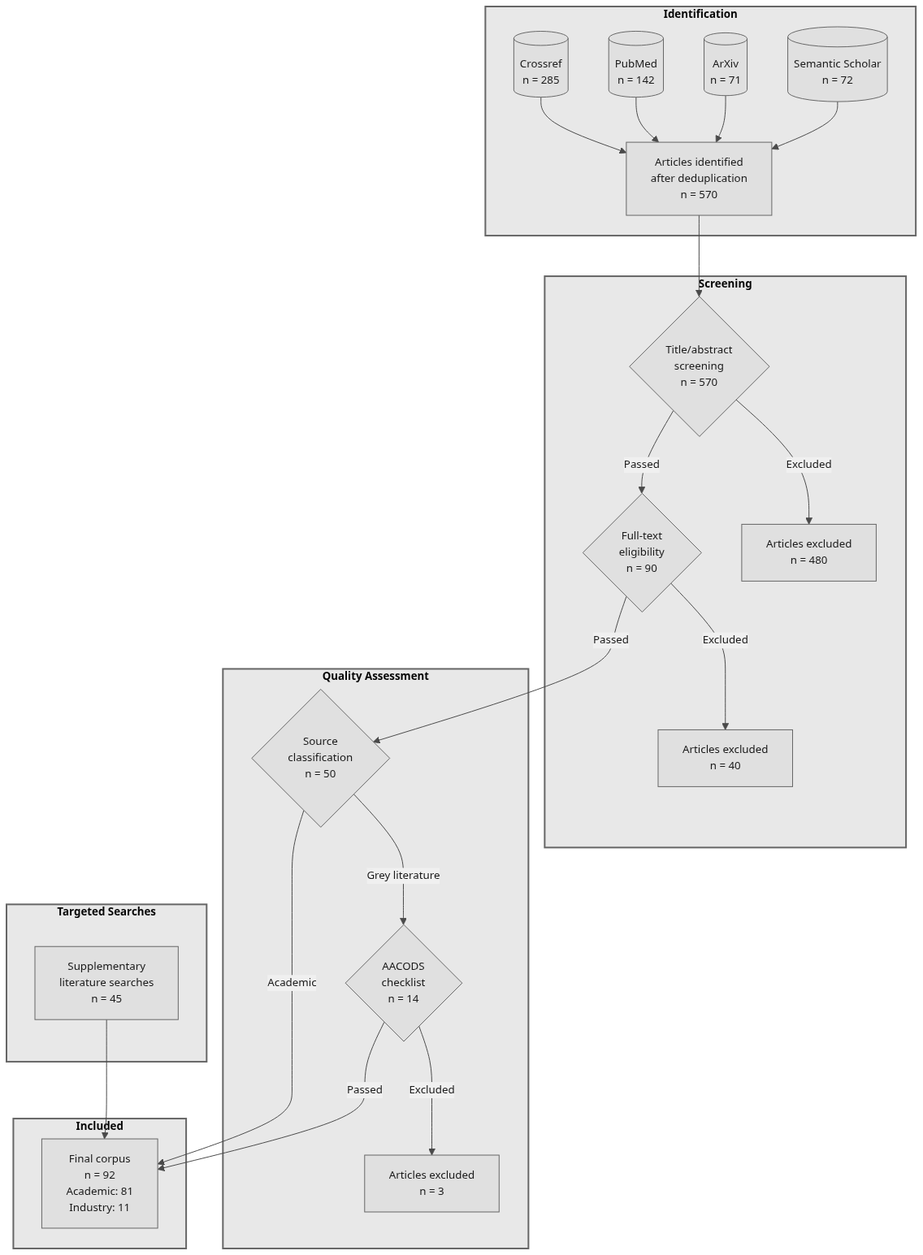
Above: figures/literature-flow.mmd.png in stharrold/yuimedi-paper-20250901 (Mermaid), before the change. Its source is kept beside it as figures/literature-flow.mmd.
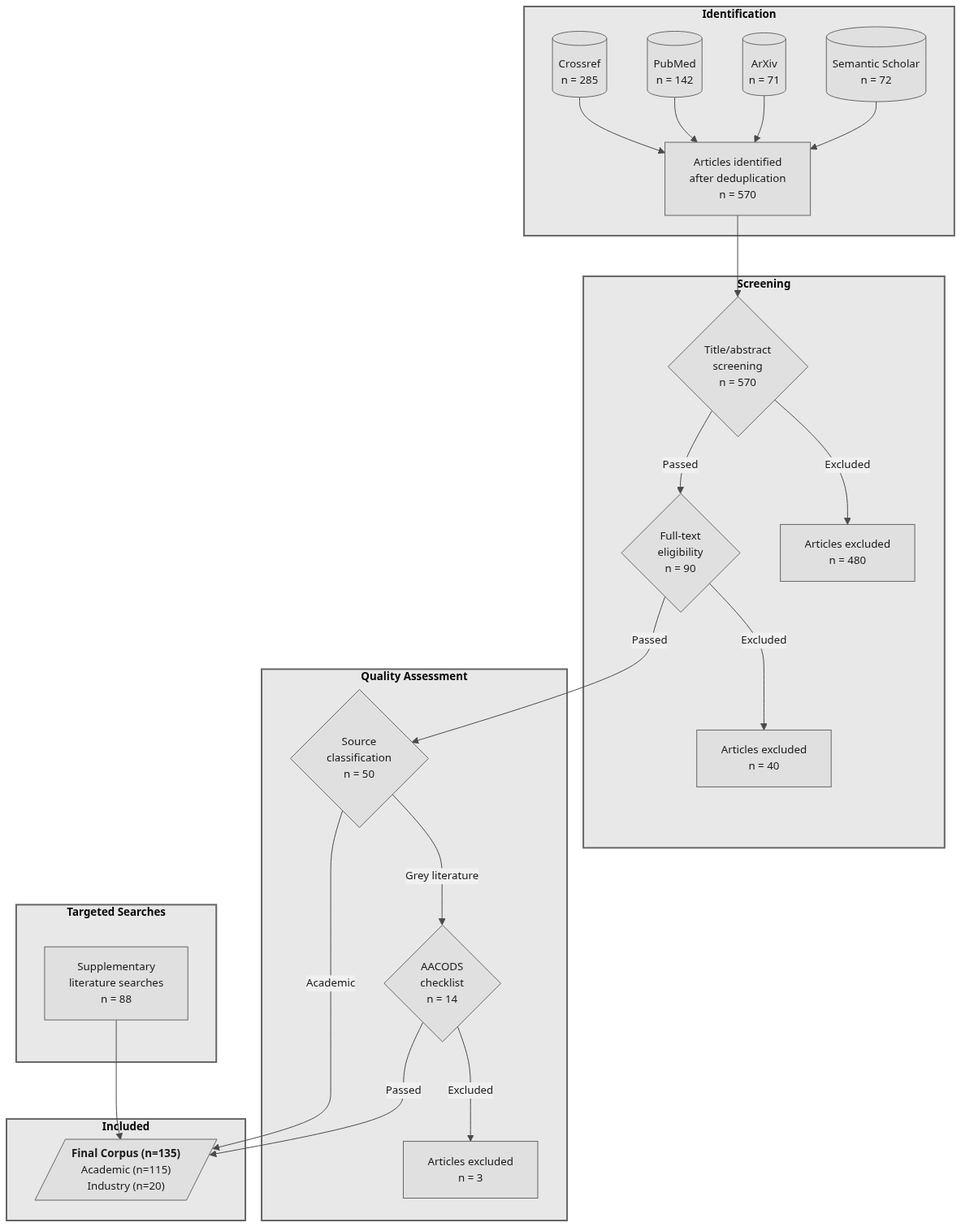
The same file after the commit.

Commit message:
docs: reconcile corpus counts in text and figure 3

Change to the diagram source:
```diff
@@ -23,13 +23,13 @@
     end
 
     subgraph TS["<b>Targeted Searches</b>"]
-        T1["Supplementary<br/>literature searches<br/>n = 45"]
+        T1["Supplementary<br/>literature searches<br/>n = 88"]
     end
 
     subgraph IN["<b>Included</b>"]
-        J -->|"Academic"| O["Final corpus<br/>n = 92<br/>Academic: 81<br/>Industry: 11"]
-        L -->|"Passed"| O
-        T1 --> O
+        J -->|"Academic"| Final[/"<b>Final Corpus (n=135)</b><br/>Academic (n=115)<br/>Industry (n=20)"/]
+        L -->|"Passed"| Final
+        T1 --> Final
     end
 
     classDef group fill:#e8e8e8,stroke:#666,stroke-width:2px
```
